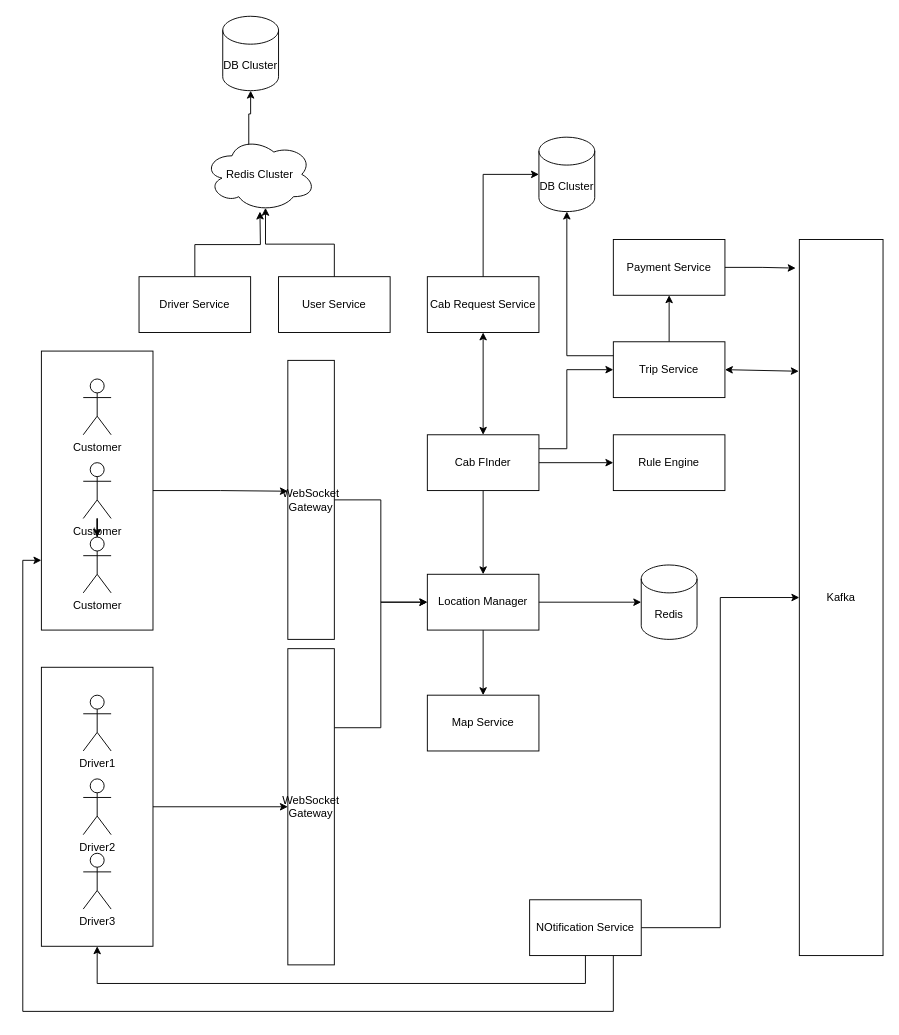
Above: Uber.drawio in vrubal/system-design (draw.io), before the change. Source tidied: cells renumbered, new cells numbered last; positions are measured from the earlier drawing's top-left corner, leaving out a move shared by most shapes. Both pictures are drawn from the tidied source at 93%, with x=0, y=0 at pixel (22, 16).
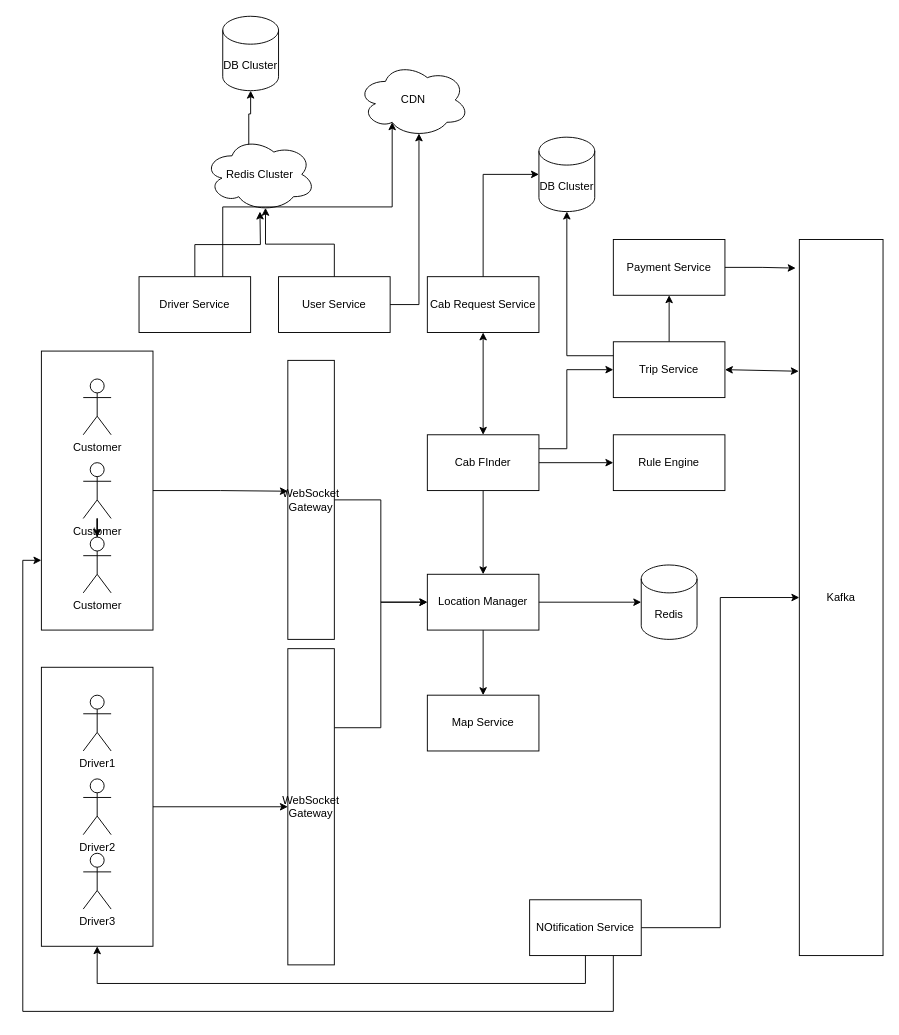
After the change.

The change refers to these unchanged cells:
```xml
<mxCell id="40" value="User Service" style="rounded=0;whiteSpace=wrap;html=1;" parent="1" vertex="1">
  <mxGeometry x="275" y="280" width="120" height="60" as="geometry" />
</mxCell>
<mxCell id="42" value="Driver Service" style="rounded=0;whiteSpace=wrap;html=1;" parent="1" vertex="1">
  <mxGeometry x="125" y="280" width="120" height="60" as="geometry" />
</mxCell>
```

What changed in the source:
```diff
@@
+    <mxCell id="49" value="CDN" style="ellipse;shape=cloud;whiteSpace=wrap;html=1;" parent="1" vertex="1">
+      <mxGeometry x="360" y="50" width="120" height="80" as="geometry" />
+    </mxCell>
+    <mxCell id="50" style="edgeStyle=orthogonalEdgeStyle;rounded=0;jettySize=auto;html=1;exitX=1;exitY=0.5;exitDx=0;exitDy=0;entryX=0.55;entryY=0.95;entryDx=0;entryDy=0;entryPerimeter=0;" parent="1" edge="1" source="40" target="49">
+      <mxGeometry relative="1" as="geometry" />
+    </mxCell>
+    <mxCell id="51" style="edgeStyle=orthogonalEdgeStyle;rounded=0;jettySize=auto;html=1;exitX=0.75;exitY=0;exitDx=0;exitDy=0;entryX=0.31;entryY=0.8;entryDx=0;entryDy=0;entryPerimeter=0;" parent="1" edge="1" source="42" target="49">
+      <mxGeometry relative="1" as="geometry" />
+    </mxCell>
```
